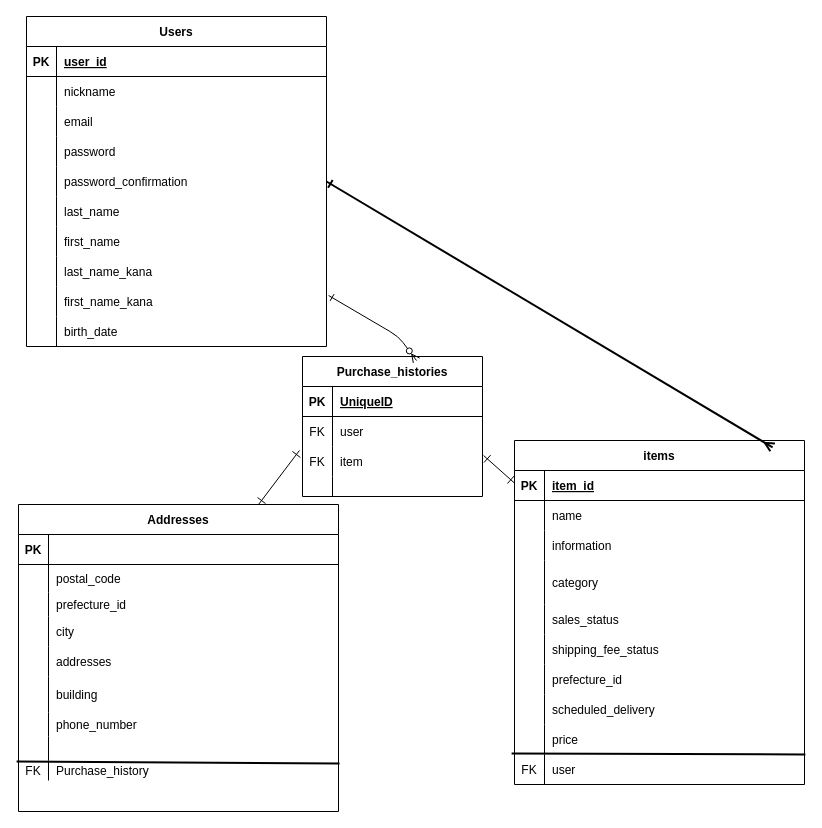
Above: furima-40233.dio in nakamura-mdcn/furima-40233 (draw.io), before the change. Source tidied: cells renumbered, new cells numbered last; positions are measured from the earlier drawing's top-left corner, leaving out a move shared by most shapes. Both pictures are drawn from the tidied source at 100%, with x=0, y=0 at pixel (16, 16).
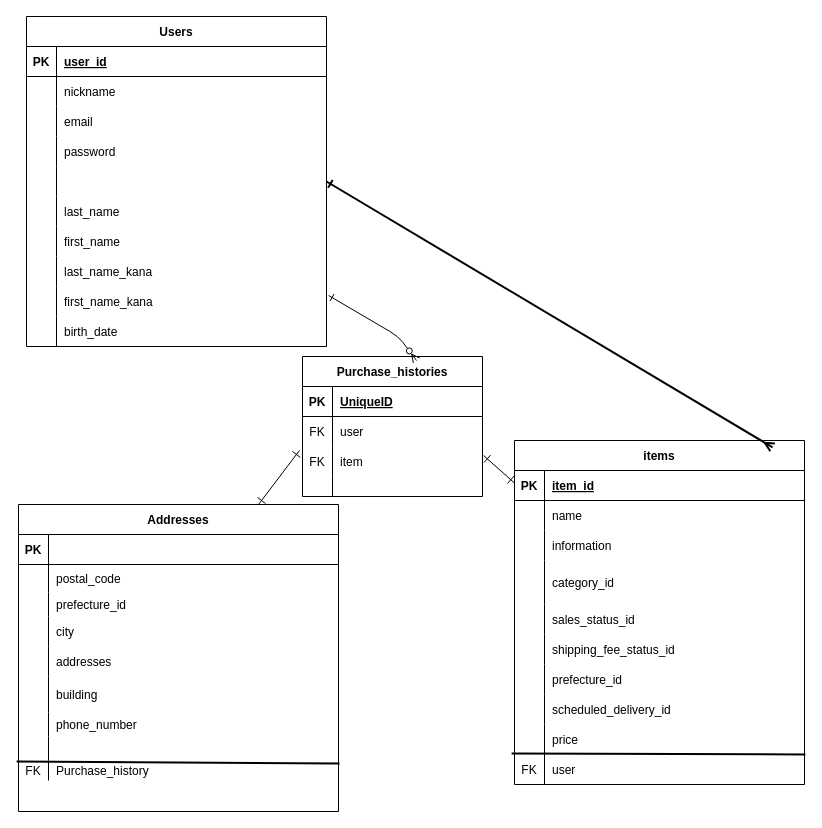
The same page after the edit.

Unchanged cells that the change refers to:
```xml
<mxCell id="12" style="shape=tableRow;horizontal=0;startSize=0;swimlaneHead=0;swimlaneBody=0;fillColor=none;top=0;left=0;right=0;bottom=0;" parent="2" vertex="1">
  <mxGeometry y="120" width="290" height="44" as="geometry" />
</mxCell>
<mxCell id="15" style="shape=tableRow;horizontal=0;startSize=0;swimlaneHead=0;swimlaneBody=0;fillColor=none;top=0;left=0;right=0;bottom=0;" parent="2" vertex="1">
  <mxGeometry y="164" width="290" height="30" as="geometry" />
</mxCell>
<mxCell id="18" style="shape=tableRow;horizontal=0;startSize=0;swimlaneHead=0;swimlaneBody=0;fillColor=none;top=0;left=0;right=0;bottom=0;" parent="2" vertex="1">
  <mxGeometry y="194" width="290" height="30" as="geometry" />
</mxCell>
<mxCell id="24" style="shape=tableRow;horizontal=0;startSize=0;swimlaneHead=0;swimlaneBody=0;fillColor=none;top=0;left=0;right=0;bottom=0;" parent="2" vertex="1">
  <mxGeometry y="254" width="290" height="30" as="geometry" />
</mxCell>
<mxCell id="47" style="shape=tableRow;horizontal=0;startSize=0;swimlaneHead=0;swimlaneBody=0;fillColor=none;points=[[0,0.5],[1,0.5]];portConstraint=eastwest;top=0;left=0;right=0;bottom=0;" parent="34" vertex="1">
  <mxGeometry y="150" width="300" height="30" as="geometry" />
</mxCell>
```

The edit, as a diff of the source:
```diff
@@
-    <mxCell id="14" value="category" style="shape=partialRectangle;fillColor=none;top=0;left=0;bottom=0;right=0;align=left;spacingLeft=6;overflow=hidden;" parent="12" vertex="1">
+    <mxCell id="14" value="category_id" style="shape=partialRectangle;fillColor=none;top=0;left=0;bottom=0;right=0;align=left;spacingLeft=6;overflow=hidden;" parent="12" vertex="1">
       <mxGeometry x="30" width="260" height="44" as="geometry" />
     </mxCell>
@@
-    <mxCell id="17" value="sales_status" style="shape=partialRectangle;fillColor=none;top=0;left=0;bottom=0;right=0;align=left;spacingLeft=6;overflow=hidden;" parent="15" vertex="1">
+    <mxCell id="17" value="sales_status_id" style="shape=partialRectangle;fillColor=none;top=0;left=0;bottom=0;right=0;align=left;spacingLeft=6;overflow=hidden;" parent="15" vertex="1">
       <mxGeometry x="30" width="260" height="30" as="geometry" />
     </mxCell>
@@
-    <mxCell id="20" value="shipping_fee_status" style="shape=partialRectangle;fillColor=none;top=0;left=0;bottom=0;right=0;align=left;spacingLeft=6;overflow=hidden;" parent="18" vertex="1">
+    <mxCell id="20" value="shipping_fee_status_id" style="shape=partialRectangle;fillColor=none;top=0;left=0;bottom=0;right=0;align=left;spacingLeft=6;overflow=hidden;" parent="18" vertex="1">
       <mxGeometry x="30" width="260" height="30" as="geometry" />
     </mxCell>
@@
-    <mxCell id="26" value="scheduled_delivery" style="shape=partialRectangle;fillColor=none;top=0;left=0;bottom=0;right=0;align=left;spacingLeft=6;overflow=hidden;" parent="24" vertex="1">
+    <mxCell id="26" value="scheduled_delivery_id" style="shape=partialRectangle;fillColor=none;top=0;left=0;bottom=0;right=0;align=left;spacingLeft=6;overflow=hidden;" parent="24" vertex="1">
       <mxGeometry x="30" width="260" height="30" as="geometry" />
     </mxCell>
@@
-    <mxCell id="49" value="password_confirmation" style="shape=partialRectangle;fillColor=none;top=0;left=0;bottom=0;right=0;align=left;spacingLeft=6;overflow=hidden;" parent="47" vertex="1">
+    <mxCell id="49" style="shape=partialRectangle;fillColor=none;top=0;left=0;bottom=0;right=0;align=left;spacingLeft=6;overflow=hidden;" parent="47" vertex="1">
       <mxGeometry x="30" width="270" height="30" as="geometry" />
     </mxCell>
```
